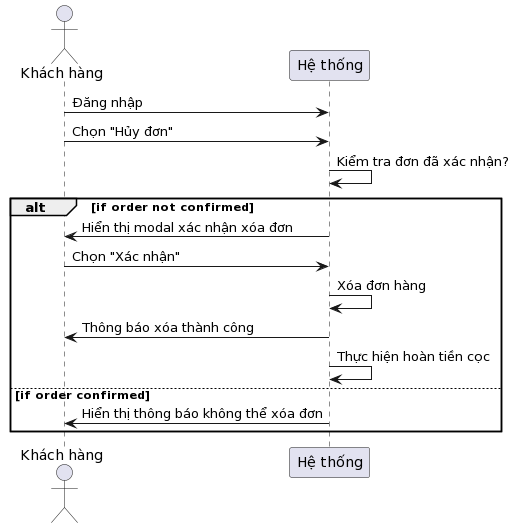
The PlantUML diagram Lab1.2/Khách hàng/Sequence/Hủy Đơn Hàng.png in TuanKhang123/SE357-Pratice-class, before a commit.
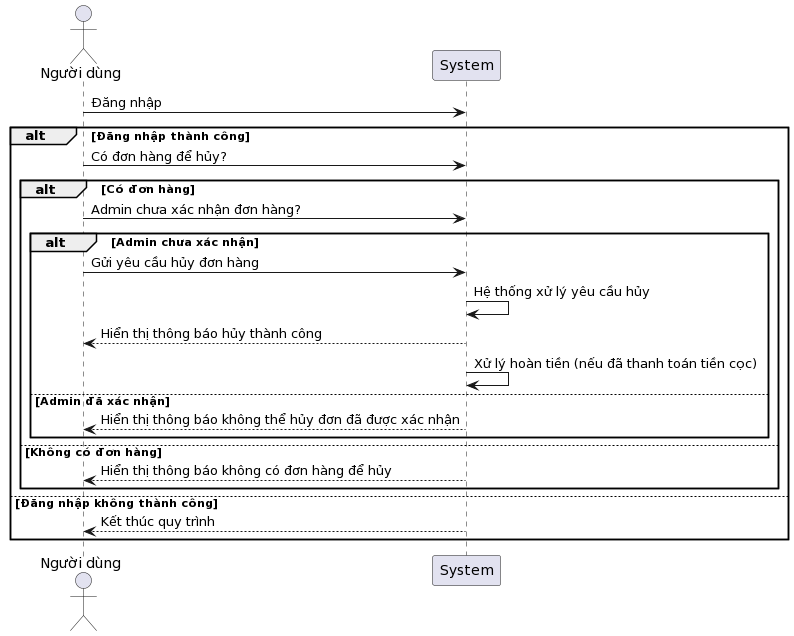
Above is the later version.

Diff of the diagram source:
```diff
@@ -1,17 +1,23 @@
 @startuml
-actor "Khách hàng" as KhachHang
-participant "Hệ thống" as HeThong
+actor User as "Người dùng"
 
-KhachHang -> HeThong : Đăng nhập
-KhachHang -> HeThong : Chọn "Hủy đơn"
-HeThong -> HeThong : Kiểm tra đơn đã xác nhận?
-alt if order not confirmed
-    HeThong -> KhachHang : Hiển thị modal xác nhận xóa đơn
-    KhachHang -> HeThong : Chọn "Xác nhận"
-    HeThong -> HeThong : Xóa đơn hàng
-    HeThong -> KhachHang : Thông báo xóa thành công
-    HeThong -> HeThong : Thực hiện hoàn tiền cọc
-else if order confirmed
-    HeThong -> KhachHang : Hiển thị thông báo không thể xóa đơn
+User -> System: Đăng nhập
+alt Đăng nhập thành công
+    User -> System: Có đơn hàng để hủy?
+    alt Có đơn hàng
+        User -> System: Admin chưa xác nhận đơn hàng?
+        alt Admin chưa xác nhận
+            User -> System: Gửi yêu cầu hủy đơn hàng
+            System -> System: Hệ thống xử lý yêu cầu hủy
+            System --> User: Hiển thị thông báo hủy thành công
+            System -> System: Xử lý hoàn tiền (nếu đã thanh toán tiền cọc)
+        else Admin đã xác nhận
+            System --> User: Hiển thị thông báo không thể hủy đơn đã được xác nhận
+        end
+    else Không có đơn hàng
+        System --> User: Hiển thị thông báo không có đơn hàng để hủy
+    end
+else Đăng nhập không thành công
+    System --> User: Kết thúc quy trình
 end
 @enduml
```
